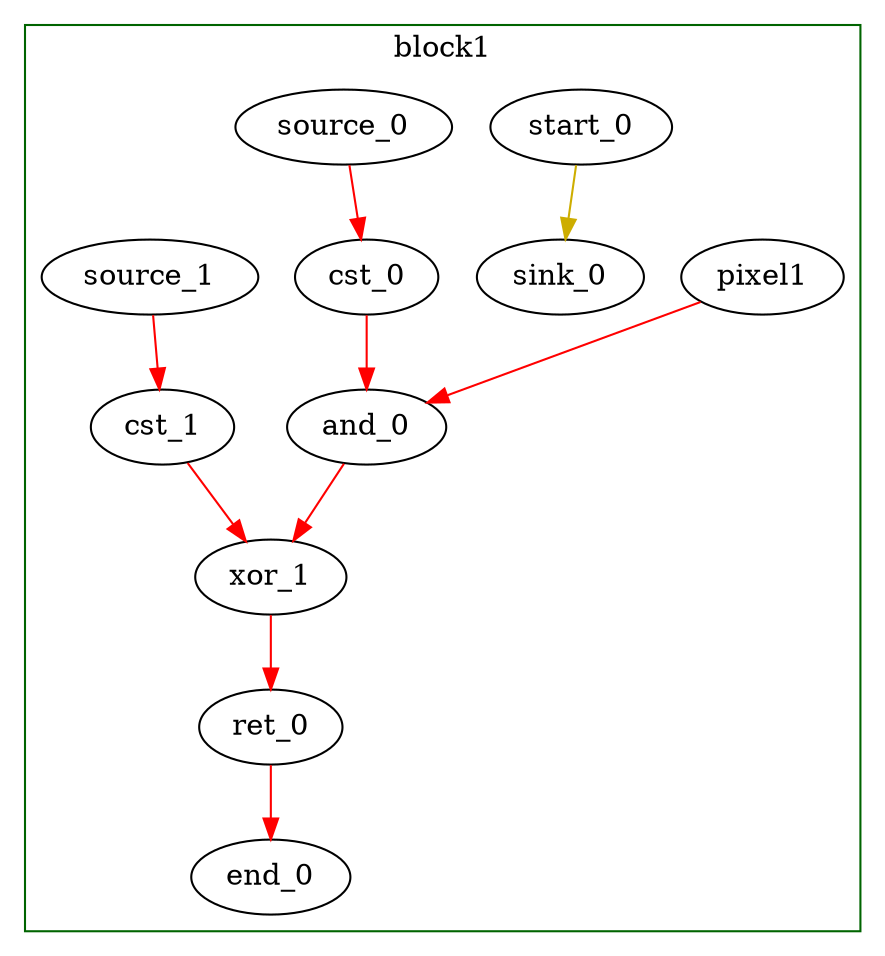
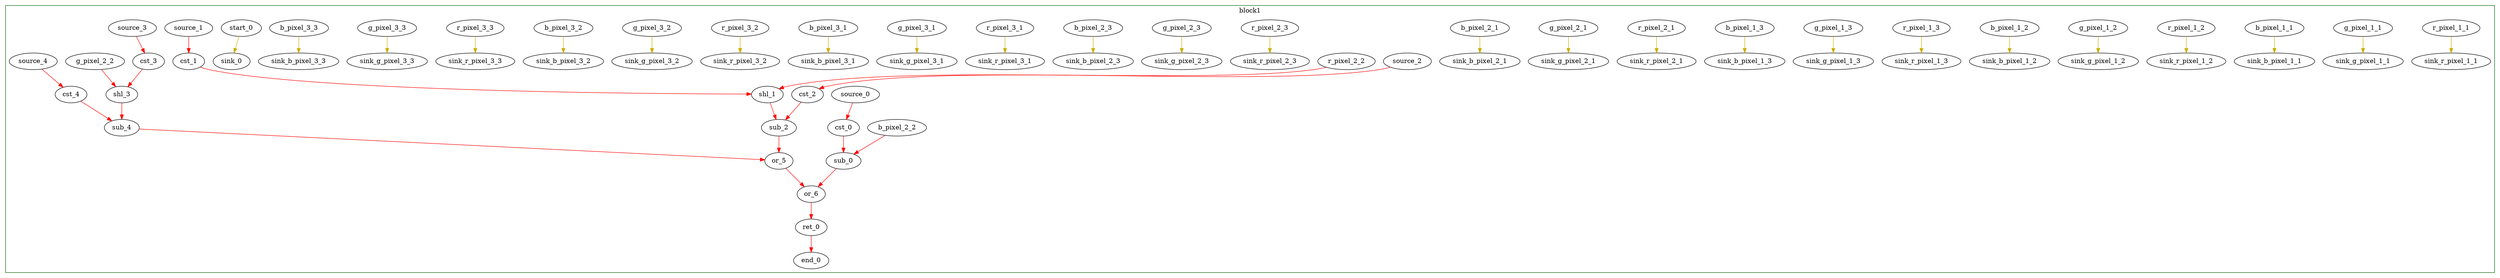
Digraph G {
	splines=spline;
//DHLS version: 0.1.1" [shape = "none" pos = "20,20!"]
- 		"pixel1" [type = "Entry", bbID= 1, in = "in1:32", out = "out1:32"];
- 		"cst_0" [type = "Constant", bbID= 1, in = "in1:32", out = "out1:32", value = "0x00FFFFFF", delay="0.000 0.000 0.000 100.000 100.000 100.000 100.000 100.000"];
- 		"and_0" [type = "Operator", bbID= 1, op = "and_op", in = "in1:32 in2:32 ", out = "out1:32 ", delay="1.397 1.397 1.400 1.409 100.000 100.000 100.000 100.000", latency=0, II=1];
- 		"cst_1" [type = "Constant", bbID= 1, in = "in1:32", out = "out1:32", value = "0x00FFFFFF", delay="0.000 0.000 0.000 100.000 100.000 100.000 100.000 100.000"];
- 		"xor_1" [type = "Operator", bbID= 1, op = "xor_op", in = "in1:32 in2:32 ", out = "out1:32 ", delay="1.397 1.397 1.400 1.409 100.000 100.000 100.000 100.000", latency=0, II=1];
+ 		"r_pixel_1_1" [type = "Entry", bbID= 1, in = "in1:32", out = "out1:32"];
+ 		"g_pixel_1_1" [type = "Entry", bbID= 1, in = "in1:32", out = "out1:32"];
+ 		"b_pixel_1_1" [type = "Entry", bbID= 1, in = "in1:32", out = "out1:32"];
+ 		"r_pixel_1_2" [type = "Entry", bbID= 1, in = "in1:32", out = "out1:32"];
+ 		"g_pixel_1_2" [type = "Entry", bbID= 1, in = "in1:32", out = "out1:32"];
+ 		"b_pixel_1_2" [type = "Entry", bbID= 1, in = "in1:32", out = "out1:32"];
+ 		"r_pixel_1_3" [type = "Entry", bbID= 1, in = "in1:32", out = "out1:32"];
+ 		"g_pixel_1_3" [type = "Entry", bbID= 1, in = "in1:32", out = "out1:32"];
+ 		"b_pixel_1_3" [type = "Entry", bbID= 1, in = "in1:32", out = "out1:32"];
+ 		"r_pixel_2_1" [type = "Entry", bbID= 1, in = "in1:32", out = "out1:32"];
+ 		"g_pixel_2_1" [type = "Entry", bbID= 1, in = "in1:32", out = "out1:32"];
+ 		"b_pixel_2_1" [type = "Entry", bbID= 1, in = "in1:32", out = "out1:32"];
+ 		"r_pixel_2_2" [type = "Entry", bbID= 1, in = "in1:32", out = "out1:32"];
+ 		"g_pixel_2_2" [type = "Entry", bbID= 1, in = "in1:32", out = "out1:32"];
+ 		"b_pixel_2_2" [type = "Entry", bbID= 1, in = "in1:32", out = "out1:32"];
+ 		"r_pixel_2_3" [type = "Entry", bbID= 1, in = "in1:32", out = "out1:32"];
+ 		"g_pixel_2_3" [type = "Entry", bbID= 1, in = "in1:32", out = "out1:32"];
+ 		"b_pixel_2_3" [type = "Entry", bbID= 1, in = "in1:32", out = "out1:32"];
+ 		"r_pixel_3_1" [type = "Entry", bbID= 1, in = "in1:32", out = "out1:32"];
+ 		"g_pixel_3_1" [type = "Entry", bbID= 1, in = "in1:32", out = "out1:32"];
+ 		"b_pixel_3_1" [type = "Entry", bbID= 1, in = "in1:32", out = "out1:32"];
+ 		"r_pixel_3_2" [type = "Entry", bbID= 1, in = "in1:32", out = "out1:32"];
+ 		"g_pixel_3_2" [type = "Entry", bbID= 1, in = "in1:32", out = "out1:32"];
+ 		"b_pixel_3_2" [type = "Entry", bbID= 1, in = "in1:32", out = "out1:32"];
+ 		"r_pixel_3_3" [type = "Entry", bbID= 1, in = "in1:32", out = "out1:32"];
+ 		"g_pixel_3_3" [type = "Entry", bbID= 1, in = "in1:32", out = "out1:32"];
+ 		"b_pixel_3_3" [type = "Entry", bbID= 1, in = "in1:32", out = "out1:32"];
+ 		"sink_r_pixel_1_1" [type = "Sink", bbID= 0, in = "in1:32"];
+ 		"sink_g_pixel_1_1" [type = "Sink", bbID= 0, in = "in1:32"];
+ 		"sink_b_pixel_1_1" [type = "Sink", bbID= 0, in = "in1:32"];
+ 		"sink_r_pixel_1_2" [type = "Sink", bbID= 0, in = "in1:32"];
+ 		"sink_g_pixel_1_2" [type = "Sink", bbID= 0, in = "in1:32"];
+ 		"sink_b_pixel_1_2" [type = "Sink", bbID= 0, in = "in1:32"];
+ 		"sink_r_pixel_1_3" [type = "Sink", bbID= 0, in = "in1:32"];
+ 		"sink_g_pixel_1_3" [type = "Sink", bbID= 0, in = "in1:32"];
+ 		"sink_b_pixel_1_3" [type = "Sink", bbID= 0, in = "in1:32"];
+ 		"sink_r_pixel_2_1" [type = "Sink", bbID= 0, in = "in1:32"];
+ 		"sink_g_pixel_2_1" [type = "Sink", bbID= 0, in = "in1:32"];
+ 		"sink_b_pixel_2_1" [type = "Sink", bbID= 0, in = "in1:32"];
+ 		"sink_r_pixel_2_3" [type = "Sink", bbID= 0, in = "in1:32"];
+ 		"sink_g_pixel_2_3" [type = "Sink", bbID= 0, in = "in1:32"];
+ 		"sink_b_pixel_2_3" [type = "Sink", bbID= 0, in = "in1:32"];
+ 		"sink_r_pixel_3_1" [type = "Sink", bbID= 0, in = "in1:32"];
+ 		"sink_g_pixel_3_1" [type = "Sink", bbID= 0, in = "in1:32"];
+ 		"sink_b_pixel_3_1" [type = "Sink", bbID= 0, in = "in1:32"];
+ 		"sink_r_pixel_3_2" [type = "Sink", bbID= 0, in = "in1:32"];
+ 		"sink_g_pixel_3_2" [type = "Sink", bbID= 0, in = "in1:32"];
+ 		"sink_b_pixel_3_2" [type = "Sink", bbID= 0, in = "in1:32"];
+ 		"sink_r_pixel_3_3" [type = "Sink", bbID= 0, in = "in1:32"];
+ 		"sink_g_pixel_3_3" [type = "Sink", bbID= 0, in = "in1:32"];
+ 		"sink_b_pixel_3_3" [type = "Sink", bbID= 0, in = "in1:32"];
+ 		"cst_0" [type = "Constant", bbID= 1, in = "in1:32", out = "out1:32", value = "0x000000FF", delay="0.000 0.000 0.000 100.000 100.000 100.000 100.000 100.000"];
+ 		"sub_0" [type = "Operator", bbID= 1, op = "sub_op", in = "in1:32 in2:32 ", out = "out1:32 ", delay="2.287 1.397 1.400 1.409 100.000 100.000 100.000 100.000", latency=0, II=1];
+ 		"cst_1" [type = "Constant", bbID= 1, in = "in1:32", out = "out1:32", value = "0x00000010", delay="0.000 0.000 0.000 100.000 100.000 100.000 100.000 100.000"];
+ 		"shl_1" [type = "Operator", bbID= 1, op = "shl_op", in = "in1:32 in2:32 ", out = "out1:32 ", delay="3.466 1.397 1.400 1.409 100.000 100.000 100.000 100.000", latency=0, II=1];
+ 		"cst_2" [type = "Constant", bbID= 1, in = "in1:32", out = "out1:32", value = "0x00FF0000", delay="0.000 0.000 0.000 100.000 100.000 100.000 100.000 100.000"];
+ 		"sub_2" [type = "Operator", bbID= 1, op = "sub_op", in = "in1:32 in2:32 ", out = "out1:32 ", delay="2.287 1.397 1.400 1.409 100.000 100.000 100.000 100.000", latency=0, II=1];
+ 		"cst_3" [type = "Constant", bbID= 1, in = "in1:32", out = "out1:32", value = "0x00000008", delay="0.000 0.000 0.000 100.000 100.000 100.000 100.000 100.000"];
+ 		"shl_3" [type = "Operator", bbID= 1, op = "shl_op", in = "in1:32 in2:32 ", out = "out1:32 ", delay="3.466 1.397 1.400 1.409 100.000 100.000 100.000 100.000", latency=0, II=1];
+ 		"cst_4" [type = "Constant", bbID= 1, in = "in1:32", out = "out1:32", value = "0x0000FF00", delay="0.000 0.000 0.000 100.000 100.000 100.000 100.000 100.000"];
+ 		"sub_4" [type = "Operator", bbID= 1, op = "sub_op", in = "in1:32 in2:32 ", out = "out1:32 ", delay="2.287 1.397 1.400 1.409 100.000 100.000 100.000 100.000", latency=0, II=1];
+ 		"or_5" [type = "Operator", bbID= 1, op = "or_op", in = "in1:32 in2:32 ", out = "out1:32 ", delay="1.397 1.397 1.400 1.409 100.000 100.000 100.000 100.000", latency=0, II=1];
+ 		"or_6" [type = "Operator", bbID= 1, op = "or_op", in = "in1:32 in2:32 ", out = "out1:32 ", delay="1.397 1.397 1.400 1.409 100.000 100.000 100.000 100.000", latency=0, II=1];
		"ret_0" [type = "Operator", bbID= 1, op = "ret_op", in = "in1:32 ", out = "out1:32 ", delay="1.412 1.409 0.000 100.000 100.000 100.000 100.000 100.000", latency=0, II=1];
		"end_0" [type = "Exit", bbID= 0, in = "in1:32 ", out = "out1:32"];
		"start_0" [type = "Entry", control= "true", bbID= 1, in = "in1:0", out = "out1:0"];
		"sink_0" [type = "Sink", bbID= 0, in = "in1:0"];
		"source_0" [type = "Source", bbID= 1, out = "out1:32"];
		"source_1" [type = "Source", bbID= 1, out = "out1:32"];
+ 		"source_2" [type = "Source", bbID= 1, out = "out1:32"];
+ 		"source_3" [type = "Source", bbID= 1, out = "out1:32"];
+ 		"source_4" [type = "Source", bbID= 1, out = "out1:32"];
	subgraph cluster_0 {
	color = "darkgreen";
		label = "block1";
- 		"pixel1" -> "and_0" [color = "red", from = "out1", to = "in1"];
- 		"cst_0" -> "and_0" [color = "red", from = "out1", to = "in2"];
- 		"and_0" -> "xor_1" [color = "red", from = "out1", to = "in1"];
- 		"cst_1" -> "xor_1" [color = "red", from = "out1", to = "in2"];
- 		"xor_1" -> "ret_0" [color = "red", from = "out1", to = "in1"];
+ 		"r_pixel_2_2" -> "shl_1" [color = "red", from = "out1", to = "in1"];
+ 		"g_pixel_2_2" -> "shl_3" [color = "red", from = "out1", to = "in1"];
+ 		"b_pixel_2_2" -> "sub_0" [color = "red", from = "out1", to = "in2"];
+ 		"cst_0" -> "sub_0" [color = "red", from = "out1", to = "in1"];
+ 		"sub_0" -> "or_6" [color = "red", from = "out1", to = "in2"];
+ 		"cst_1" -> "shl_1" [color = "red", from = "out1", to = "in2"];
+ 		"shl_1" -> "sub_2" [color = "red", from = "out1", to = "in2"];
+ 		"cst_2" -> "sub_2" [color = "red", from = "out1", to = "in1"];
+ 		"sub_2" -> "or_5" [color = "red", from = "out1", to = "in1"];
+ 		"cst_3" -> "shl_3" [color = "red", from = "out1", to = "in2"];
+ 		"shl_3" -> "sub_4" [color = "red", from = "out1", to = "in2"];
+ 		"cst_4" -> "sub_4" [color = "red", from = "out1", to = "in1"];
+ 		"sub_4" -> "or_5" [color = "red", from = "out1", to = "in2"];
+ 		"or_5" -> "or_6" [color = "red", from = "out1", to = "in1"];
+ 		"or_6" -> "ret_0" [color = "red", from = "out1", to = "in1"];
		"ret_0" -> "end_0" [color = "red", from = "out1", to = "in1"];
		"start_0" -> "sink_0" [color = "gold3", from = "out1", to = "in1"];
		"source_0" -> "cst_0" [color = "red", from = "out1", to = "in1"];
		"source_1" -> "cst_1" [color = "red", from = "out1", to = "in1"];
+ 		"source_2" -> "cst_2" [color = "red", from = "out1", to = "in1"];
+ 		"source_3" -> "cst_3" [color = "red", from = "out1", to = "in1"];
+ 		"source_4" -> "cst_4" [color = "red", from = "out1", to = "in1"];
+ 
+ 		"r_pixel_1_1" -> "sink_r_pixel_1_1" [color = "gold3", from = "out1", to = "in1"];
+ 		"g_pixel_1_1" -> "sink_g_pixel_1_1" [color = "gold3", from = "out1", to = "in1"];
+ 		"b_pixel_1_1" -> "sink_b_pixel_1_1" [color = "gold3", from = "out1", to = "in1"];
+ 		"r_pixel_1_2" -> "sink_r_pixel_1_2" [color = "gold3", from = "out1", to = "in1"];
+ 		"g_pixel_1_2" -> "sink_g_pixel_1_2" [color = "gold3", from = "out1", to = "in1"];
+ 		"b_pixel_1_2" -> "sink_b_pixel_1_2" [color = "gold3", from = "out1", to = "in1"];
+ 		"r_pixel_1_3" -> "sink_r_pixel_1_3" [color = "gold3", from = "out1", to = "in1"];
+ 		"g_pixel_1_3" -> "sink_g_pixel_1_3" [color = "gold3", from = "out1", to = "in1"];
+ 		"b_pixel_1_3" -> "sink_b_pixel_1_3" [color = "gold3", from = "out1", to = "in1"];
+ 		"r_pixel_2_1" -> "sink_r_pixel_2_1" [color = "gold3", from = "out1", to = "in1"];
+ 		"g_pixel_2_1" -> "sink_g_pixel_2_1" [color = "gold3", from = "out1", to = "in1"];
+ 		"b_pixel_2_1" -> "sink_b_pixel_2_1" [color = "gold3", from = "out1", to = "in1"];
+ 		"r_pixel_2_3" -> "sink_r_pixel_2_3" [color = "gold3", from = "out1", to = "in1"];
+ 		"g_pixel_2_3" -> "sink_g_pixel_2_3" [color = "gold3", from = "out1", to = "in1"];
+ 		"b_pixel_2_3" -> "sink_b_pixel_2_3" [color = "gold3", from = "out1", to = "in1"];
+ 		"r_pixel_3_1" -> "sink_r_pixel_3_1" [color = "gold3", from = "out1", to = "in1"];
+ 		"g_pixel_3_1" -> "sink_g_pixel_3_1" [color = "gold3", from = "out1", to = "in1"];
+ 		"b_pixel_3_1" -> "sink_b_pixel_3_1" [color = "gold3", from = "out1", to = "in1"];
+ 		"r_pixel_3_2" -> "sink_r_pixel_3_2" [color = "gold3", from = "out1", to = "in1"];
+ 		"g_pixel_3_2" -> "sink_g_pixel_3_2" [color = "gold3", from = "out1", to = "in1"];
+ 		"b_pixel_3_2" -> "sink_b_pixel_3_2" [color = "gold3", from = "out1", to = "in1"];
+ 		"r_pixel_3_3" -> "sink_r_pixel_3_3" [color = "gold3", from = "out1", to = "in1"];
+ 		"g_pixel_3_3" -> "sink_g_pixel_3_3" [color = "gold3", from = "out1", to = "in1"];
+ 		"b_pixel_3_3" -> "sink_b_pixel_3_3" [color = "gold3", from = "out1", to = "in1"];
	}
- }+ }
